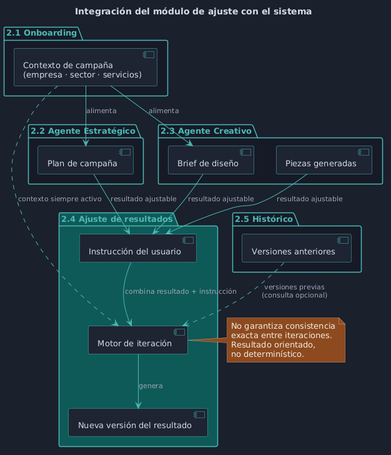
sedibuc/documentacion_cintel keeps this PlantUML diagram as agent/assets/img/diagramas/iteracion-integracion-modulos.png. Above is the earlier version. Source of this version:
```plantuml
@startuml
skinparam backgroundColor #1a202c
skinparam defaultFontColor #d4dae6
skinparam defaultFontName "Segoe UI"
skinparam defaultFontSize 13

skinparam component {
  BackgroundColor #1e2533
  BorderColor #4db8b5
  FontColor #d4dae6
}

skinparam package {
  BackgroundColor #161b27
  BorderColor #4db8b5
  FontColor #4db8b5
  FontStyle bold
}

skinparam interface {
  BackgroundColor #0f5a58
  BorderColor #4db8b5
  FontColor #f0ece3
}

skinparam arrow {
  Color #4db8b5
  FontColor #9ba5b4
  FontSize 11
}

skinparam note {
  BackgroundColor #8d4a1f
  BorderColor #d4a47a
  FontColor #f0ece3
}

title Integración del módulo de ajuste con el sistema

package "2.1 Onboarding" {
  [Contexto de campaña\n(empresa · sector · servicios)] as ctx
}

package "2.2 Agente Estratégico" {
  [Plan de campaña] as plan
}

package "2.3 Agente Creativo" {
  [Brief de diseño] as brief
  [Piezas generadas] as piezas
}

package "2.4 Ajuste de resultados" #0f5a58 {
  [Instrucción del usuario] as instruccion
  [Motor de iteración] as motor
  [Nueva versión del resultado] as resultado
}

package "2.5 Histórico" {
  [Versiones anteriores] as historico
}

ctx --> plan : alimenta
ctx --> brief : alimenta
plan --> instruccion : resultado ajustable
brief --> instruccion : resultado ajustable
piezas --> instruccion : resultado ajustable
instruccion --> motor : combina resultado + instrucción
ctx ..> motor : contexto siempre activo
motor --> resultado : genera
historico ..> motor : versiones previas\n(consulta opcional)

note right of motor
  No garantiza consistencia
  exacta entre iteraciones.
  Resultado orientado,
  no determinístico.
end note
@enduml
```
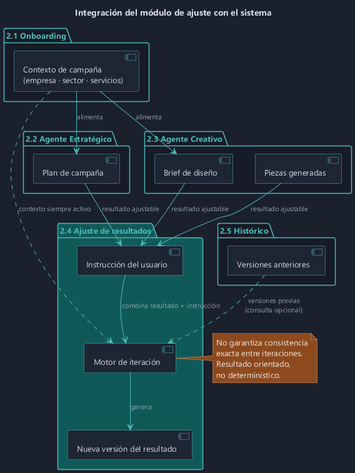
After the commit.

What changed in the source:
```diff
@@ -1,4 +1,4 @@
-@startuml
+@startuml iteracion-integracion-modulos
 skinparam backgroundColor #1a202c
 skinparam defaultFontColor #d4dae6
 skinparam defaultFontName "Segoe UI"
@@ -76,4 +76,5 @@
   Resultado orientado,
   no determinístico.
 end note
+
 @enduml
```
